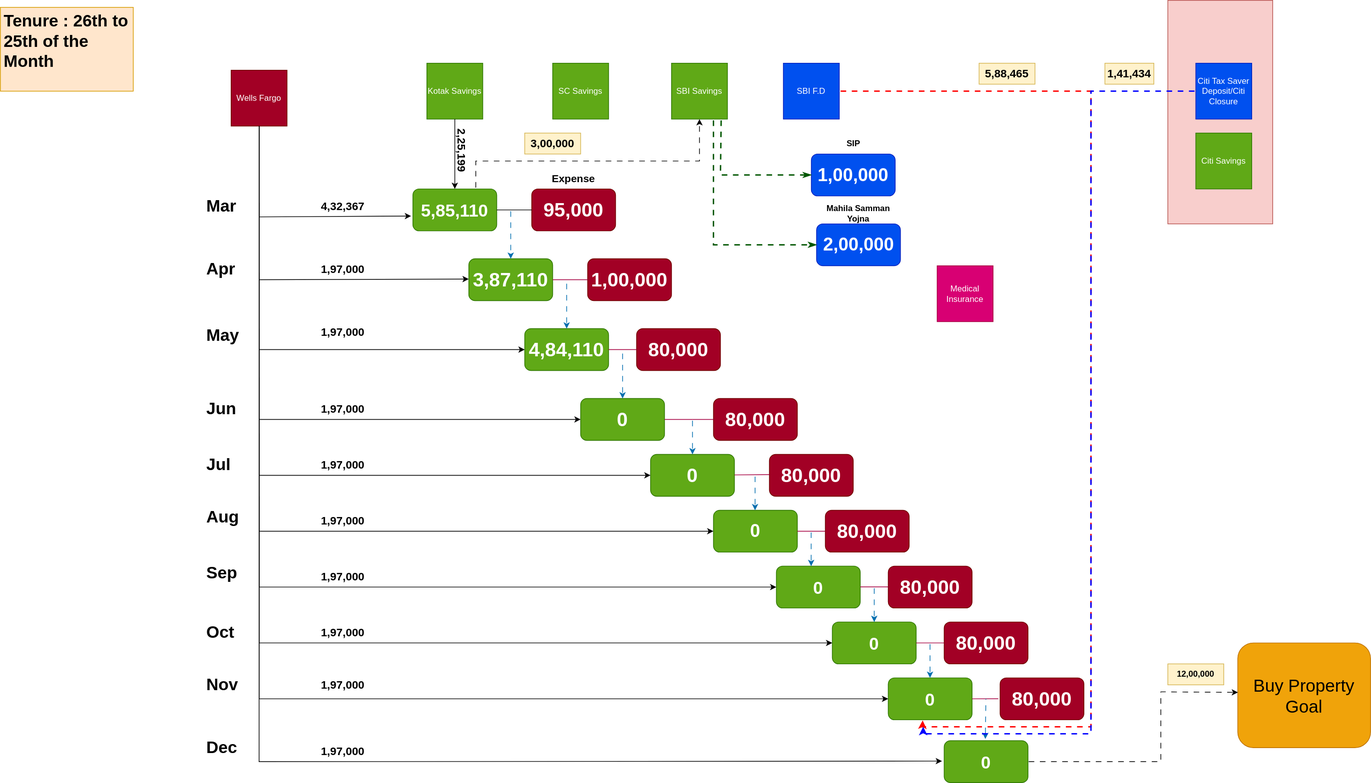
uchiharizvi/design-diagrams keeps this draw.io diagram as Investments.drawio.svg. Above is the earlier version. Source tidied: cells renumbered, new cells last; positions are measured from the earlier drawing's top-left corner, leaving out a move shared by most shapes.
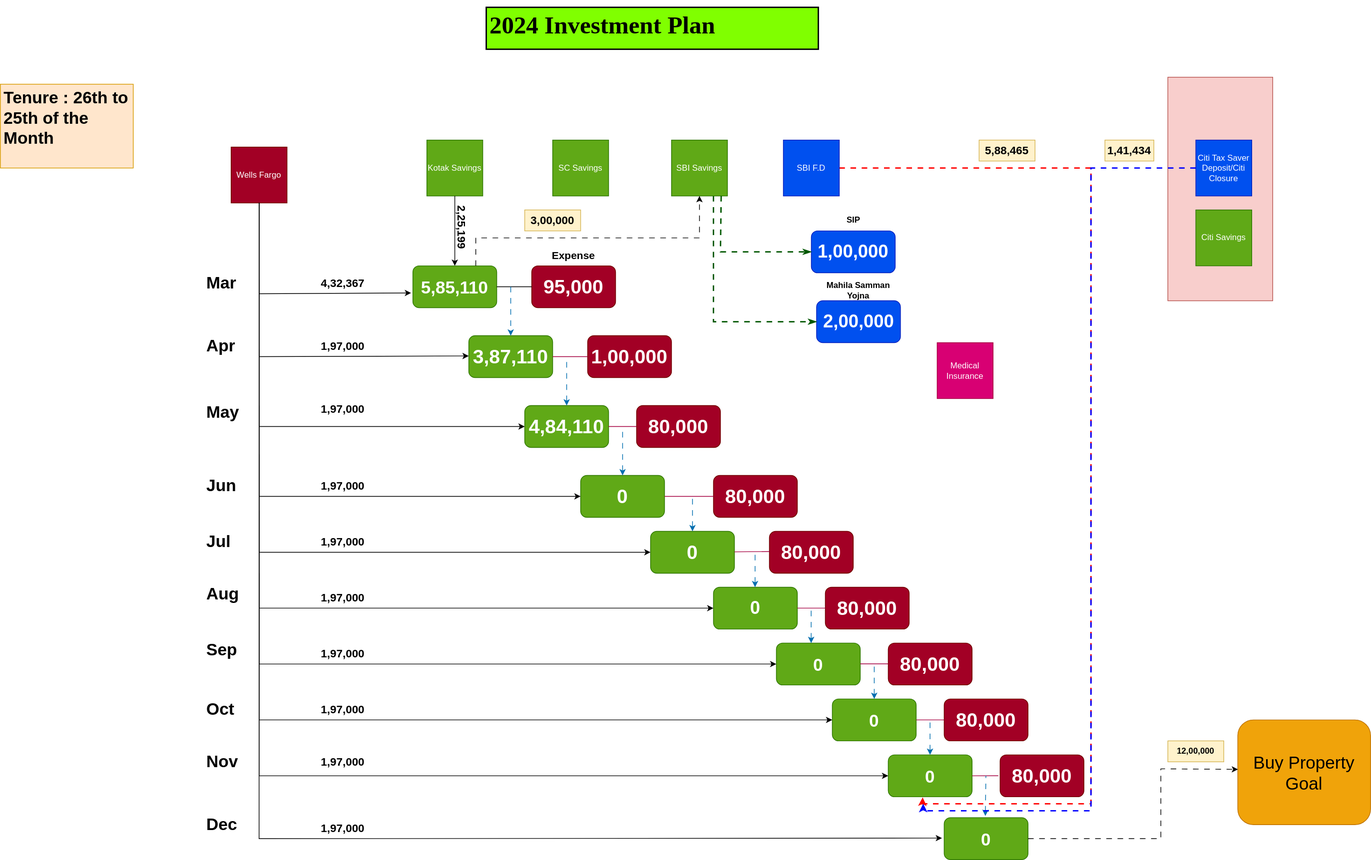
After the change.

Change to the diagram source:
```diff
@@ -414,5 +414,8 @@
     <mxCell id="96" value="&lt;h1&gt;Tenure : 26th to 25th of the Month&lt;/h1&gt;" style="text;html=1;spacing=5;spacingTop=-20;whiteSpace=wrap;overflow=hidden;rounded=0;fillColor=#ffe6cc;strokeColor=#d79b00;" parent="1" vertex="1">
       <mxGeometry y="10" width="190" height="120" as="geometry" />
     </mxCell>
+    <mxCell id="97" value="&lt;h1&gt;&lt;font style=&quot;font-size: 35px;&quot; face=&quot;Lucida Console&quot;&gt;2024 Investment Plan&lt;/font&gt;&lt;/h1&gt;" style="text;html=1;spacing=5;spacingTop=-20;whiteSpace=wrap;overflow=hidden;rounded=0;fillColor=#80FF00;strokeWidth=2;strokeColor=default;" parent="1" vertex="1">
+      <mxGeometry x="695" y="-100" width="475" height="60" as="geometry" />
+    </mxCell>
   </root>
 </mxGraphModel>
```
